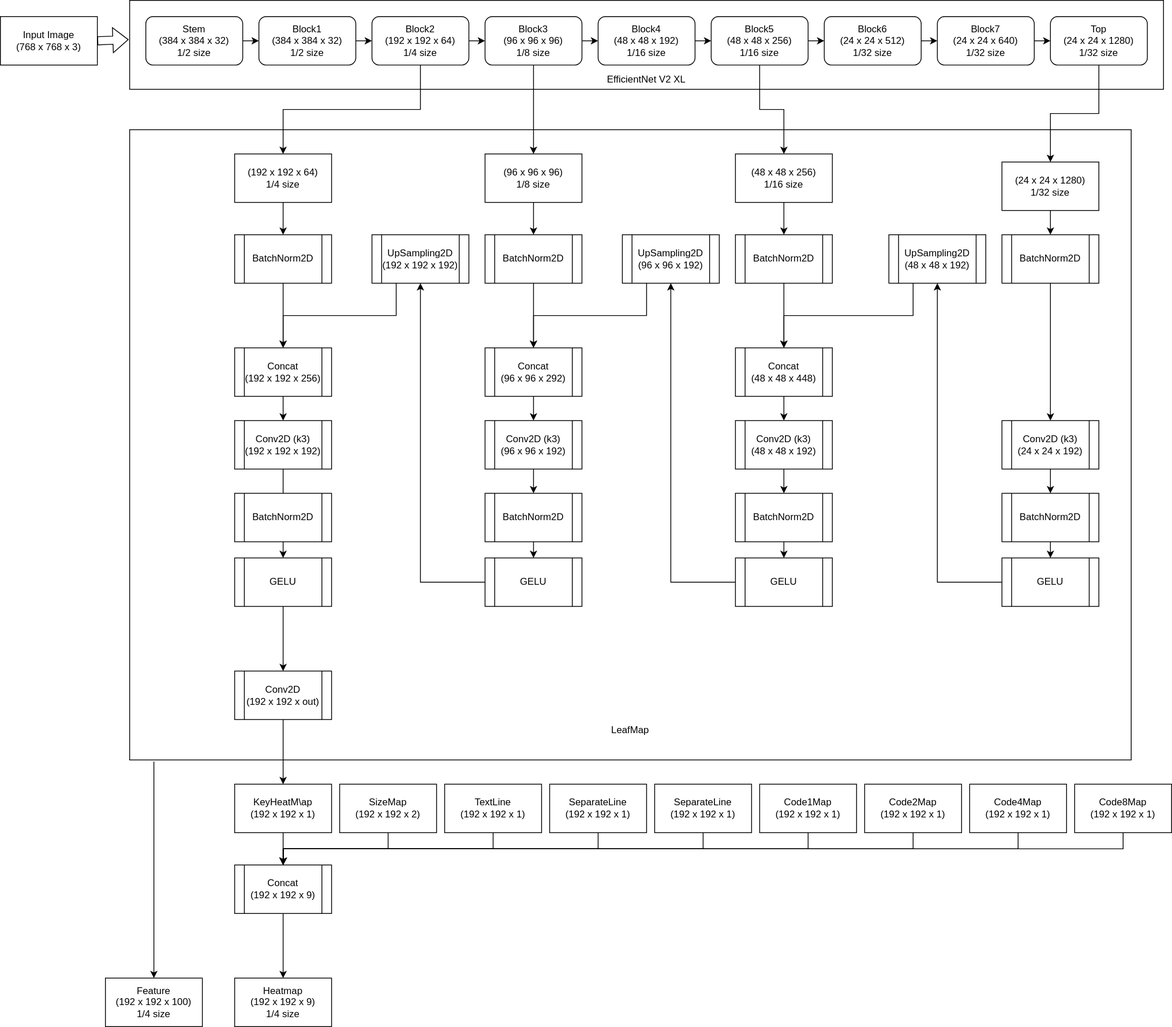
lithium0003/findtextCenterNet keeps this draw.io diagram as img/TextDetector.drawio.svg. Above is the earlier version. Source tidied: cells renumbered, new cells last; positions are measured from the earlier drawing's top-left corner, leaving out a move shared by most shapes.
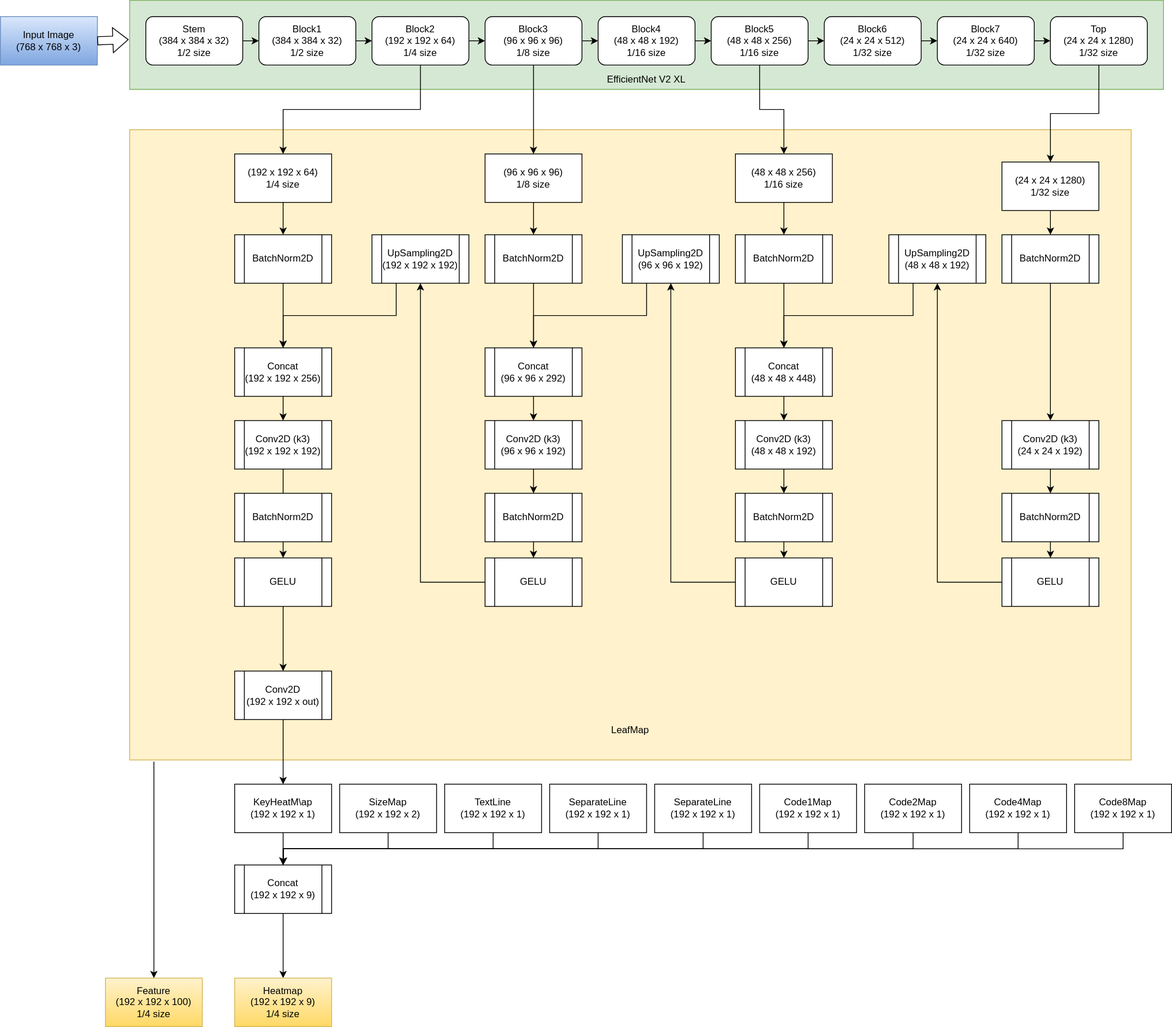
The same file after the commit.

Change to the diagram source:
```diff
@@ -2,13 +2,13 @@
   <root>
     <mxCell id="0" />
     <mxCell id="1" parent="0" />
-    <mxCell id="2" value="Input Image&lt;div&gt;(768 x 768 x 3)&lt;/div&gt;" style="rounded=0;whiteSpace=wrap;html=1;" parent="1" vertex="1">
+    <mxCell id="2" value="Input Image&lt;div&gt;(768 x 768 x 3)&lt;/div&gt;" style="rounded=0;whiteSpace=wrap;html=1;fillColor=#dae8fc;gradientColor=#7ea6e0;strokeColor=#6c8ebf;" parent="1" vertex="1">
       <mxGeometry y="20" width="120" height="60" as="geometry" />
     </mxCell>
-    <mxCell id="3" style="group;" parent="1" vertex="1">
+    <mxCell id="3" style="group;fillColor=#d5e8d4;strokeColor=#82b366;" parent="1" vertex="1">
       <mxGeometry x="160" width="1280" height="110" as="geometry" />
     </mxCell>
-    <mxCell id="4" value="&lt;div&gt;&lt;br&gt;&lt;/div&gt;&lt;div&gt;&lt;br&gt;&lt;/div&gt;&lt;div&gt;&lt;br&gt;&lt;/div&gt;&lt;div&gt;&lt;br&gt;&lt;/div&gt;&lt;div&gt;&lt;br&gt;&lt;/div&gt;&lt;div&gt;&lt;br&gt;&lt;/div&gt;&lt;div&gt;EfficientNet V2 XL&lt;/div&gt;" style="rounded=0;whiteSpace=wrap;html=1;" parent="3" vertex="1">
+    <mxCell id="4" value="&lt;div&gt;&lt;br&gt;&lt;/div&gt;&lt;div&gt;&lt;br&gt;&lt;/div&gt;&lt;div&gt;&lt;br&gt;&lt;/div&gt;&lt;div&gt;&lt;br&gt;&lt;/div&gt;&lt;div&gt;&lt;br&gt;&lt;/div&gt;&lt;div&gt;&lt;br&gt;&lt;/div&gt;&lt;div&gt;EfficientNet V2 XL&lt;/div&gt;" style="rounded=0;whiteSpace=wrap;html=1;fillColor=#d5e8d4;strokeColor=#82b366;" parent="3" vertex="1">
       <mxGeometry width="1280" height="110" as="geometry" />
     </mxCell>
     <mxCell id="5" value="Stem&lt;div&gt;(384 x 384 x 32)&lt;/div&gt;&lt;div&gt;1/2 size&lt;/div&gt;" style="rounded=1;whiteSpace=wrap;html=1;" parent="3" vertex="1">
@@ -65,10 +65,10 @@
     <mxCell id="22" style="shape=flexArrow;endArrow=classic;html=1;rounded=0;exitX=1;exitY=0.5;exitDx=0;exitDy=0;entryX=-0.001;entryY=0.441;entryDx=0;entryDy=0;entryPerimeter=0;" parent="1" edge="1" source="2" target="4">
       <mxGeometry relative="1" as="geometry" />
     </mxCell>
-    <mxCell id="23" style="group;" parent="1" vertex="1">
+    <mxCell id="23" style="group;fillColor=#fff2cc;strokeColor=#d6b656;" parent="1" vertex="1">
       <mxGeometry x="160" y="160" width="1240" height="780" as="geometry" />
     </mxCell>
-    <mxCell id="24" value="&lt;div&gt;&lt;br&gt;&lt;/div&gt;&lt;div&gt;&lt;br&gt;&lt;/div&gt;&lt;div&gt;&lt;br&gt;&lt;/div&gt;&lt;div&gt;&lt;br&gt;&lt;/div&gt;&lt;div&gt;&lt;br&gt;&lt;/div&gt;&lt;div&gt;&lt;br&gt;&lt;/div&gt;&lt;div&gt;&lt;br&gt;&lt;/div&gt;&lt;div&gt;&lt;br&gt;&lt;/div&gt;&lt;div&gt;&lt;br&gt;&lt;/div&gt;&lt;div&gt;&lt;br&gt;&lt;/div&gt;&lt;div&gt;&lt;br&gt;&lt;/div&gt;&lt;div&gt;&lt;br&gt;&lt;/div&gt;&lt;div&gt;&lt;br&gt;&lt;/div&gt;&lt;div&gt;&lt;br&gt;&lt;/div&gt;&lt;div&gt;&lt;br&gt;&lt;/div&gt;&lt;div&gt;&lt;br&gt;&lt;/div&gt;&lt;div&gt;&lt;br&gt;&lt;/div&gt;&lt;div&gt;&lt;br&gt;&lt;/div&gt;&lt;div&gt;&lt;br&gt;&lt;/div&gt;&lt;div&gt;&lt;br&gt;&lt;/div&gt;&lt;div&gt;&lt;br&gt;&lt;/div&gt;&lt;div&gt;&lt;br&gt;&lt;/div&gt;&lt;div&gt;&lt;br&gt;&lt;/div&gt;&lt;div&gt;&lt;br&gt;&lt;/div&gt;&lt;div&gt;&lt;br&gt;&lt;/div&gt;&lt;div&gt;&lt;br&gt;&lt;/div&gt;&lt;div&gt;&lt;br&gt;&lt;/div&gt;&lt;div&gt;&lt;br&gt;&lt;/div&gt;&lt;div&gt;&lt;br&gt;&lt;/div&gt;&lt;div&gt;&lt;br&gt;&lt;/div&gt;&lt;div&gt;&lt;br&gt;&lt;/div&gt;&lt;div&gt;&lt;br&gt;&lt;/div&gt;&lt;div&gt;&lt;br&gt;&lt;/div&gt;&lt;div&gt;&lt;br&gt;&lt;/div&gt;&lt;div&gt;&lt;br&gt;&lt;/div&gt;&lt;div&gt;&lt;br&gt;&lt;/div&gt;&lt;div&gt;&lt;br&gt;&lt;/div&gt;&lt;div&gt;&lt;br&gt;&lt;/div&gt;&lt;div&gt;&lt;br&gt;&lt;/div&gt;&lt;div&gt;&lt;br&gt;&lt;/div&gt;&lt;div&gt;&lt;br&gt;&lt;/div&gt;&lt;div&gt;&lt;br&gt;&lt;/div&gt;&lt;div&gt;&lt;br&gt;&lt;/div&gt;&lt;div&gt;&lt;br&gt;&lt;/div&gt;&lt;div&gt;&lt;br&gt;&lt;/div&gt;&lt;div&gt;&lt;br&gt;&lt;/div&gt;&lt;div&gt;&lt;br&gt;&lt;/div&gt;&lt;div&gt;&lt;br&gt;&lt;/div&gt;&lt;div&gt;&lt;br&gt;&lt;/div&gt;&lt;div&gt;LeafMap&lt;/div&gt;" style="rounded=0;whiteSpace=wrap;html=1;" parent="23" vertex="1">
+    <mxCell id="24" value="&lt;div&gt;&lt;br&gt;&lt;/div&gt;&lt;div&gt;&lt;br&gt;&lt;/div&gt;&lt;div&gt;&lt;br&gt;&lt;/div&gt;&lt;div&gt;&lt;br&gt;&lt;/div&gt;&lt;div&gt;&lt;br&gt;&lt;/div&gt;&lt;div&gt;&lt;br&gt;&lt;/div&gt;&lt;div&gt;&lt;br&gt;&lt;/div&gt;&lt;div&gt;&lt;br&gt;&lt;/div&gt;&lt;div&gt;&lt;br&gt;&lt;/div&gt;&lt;div&gt;&lt;br&gt;&lt;/div&gt;&lt;div&gt;&lt;br&gt;&lt;/div&gt;&lt;div&gt;&lt;br&gt;&lt;/div&gt;&lt;div&gt;&lt;br&gt;&lt;/div&gt;&lt;div&gt;&lt;br&gt;&lt;/div&gt;&lt;div&gt;&lt;br&gt;&lt;/div&gt;&lt;div&gt;&lt;br&gt;&lt;/div&gt;&lt;div&gt;&lt;br&gt;&lt;/div&gt;&lt;div&gt;&lt;br&gt;&lt;/div&gt;&lt;div&gt;&lt;br&gt;&lt;/div&gt;&lt;div&gt;&lt;br&gt;&lt;/div&gt;&lt;div&gt;&lt;br&gt;&lt;/div&gt;&lt;div&gt;&lt;br&gt;&lt;/div&gt;&lt;div&gt;&lt;br&gt;&lt;/div&gt;&lt;div&gt;&lt;br&gt;&lt;/div&gt;&lt;div&gt;&lt;br&gt;&lt;/div&gt;&lt;div&gt;&lt;br&gt;&lt;/div&gt;&lt;div&gt;&lt;br&gt;&lt;/div&gt;&lt;div&gt;&lt;br&gt;&lt;/div&gt;&lt;div&gt;&lt;br&gt;&lt;/div&gt;&lt;div&gt;&lt;br&gt;&lt;/div&gt;&lt;div&gt;&lt;br&gt;&lt;/div&gt;&lt;div&gt;&lt;br&gt;&lt;/div&gt;&lt;div&gt;&lt;br&gt;&lt;/div&gt;&lt;div&gt;&lt;br&gt;&lt;/div&gt;&lt;div&gt;&lt;br&gt;&lt;/div&gt;&lt;div&gt;&lt;br&gt;&lt;/div&gt;&lt;div&gt;&lt;br&gt;&lt;/div&gt;&lt;div&gt;&lt;br&gt;&lt;/div&gt;&lt;div&gt;&lt;br&gt;&lt;/div&gt;&lt;div&gt;&lt;br&gt;&lt;/div&gt;&lt;div&gt;&lt;br&gt;&lt;/div&gt;&lt;div&gt;&lt;br&gt;&lt;/div&gt;&lt;div&gt;&lt;br&gt;&lt;/div&gt;&lt;div&gt;&lt;br&gt;&lt;/div&gt;&lt;div&gt;&lt;br&gt;&lt;/div&gt;&lt;div&gt;&lt;br&gt;&lt;/div&gt;&lt;div&gt;&lt;br&gt;&lt;/div&gt;&lt;div&gt;&lt;br&gt;&lt;/div&gt;&lt;div&gt;&lt;br&gt;&lt;/div&gt;&lt;div&gt;LeafMap&lt;/div&gt;" style="rounded=0;whiteSpace=wrap;html=1;fillColor=#fff2cc;strokeColor=#d6b656;" parent="23" vertex="1">
       <mxGeometry width="1240" height="780" as="geometry" />
     </mxCell>
     <mxCell id="25" style="edgeStyle=orthogonalEdgeStyle;rounded=0;jettySize=auto;html=1;exitX=0.5;exitY=1;exitDx=0;exitDy=0;entryX=0.5;entryY=0;entryDx=0;entryDy=0;" parent="23" edge="1" source="26" target="34">
@@ -316,10 +316,10 @@
     <mxCell id="101" value="Concat&lt;div&gt;(192 x 192 x 9)&lt;/div&gt;" style="shape=process;whiteSpace=wrap;html=1;backgroundOutline=1;" parent="1" vertex="1">
       <mxGeometry x="290" y="1070" width="120" height="60" as="geometry" />
     </mxCell>
-    <mxCell id="102" value="Heatmap&lt;div&gt;(192 x 192 x 9)&lt;/div&gt;&lt;div&gt;1/4 size&lt;/div&gt;" style="whiteSpace=wrap;html=1;" parent="1" vertex="1">
+    <mxCell id="102" value="Heatmap&lt;div&gt;(192 x 192 x 9)&lt;/div&gt;&lt;div&gt;1/4 size&lt;/div&gt;" style="whiteSpace=wrap;html=1;fillColor=#fff2cc;gradientColor=#ffd966;strokeColor=#d6b656;" parent="1" vertex="1">
       <mxGeometry x="290" y="1210" width="120" height="60" as="geometry" />
     </mxCell>
-    <mxCell id="103" value="Feature&lt;div&gt;(192 x 192 x 100)&lt;/div&gt;&lt;div&gt;1/4 size&lt;/div&gt;" style="rounded=0;whiteSpace=wrap;html=1;" parent="1" vertex="1">
+    <mxCell id="103" value="Feature&lt;div&gt;(192 x 192 x 100)&lt;/div&gt;&lt;div&gt;1/4 size&lt;/div&gt;" style="rounded=0;whiteSpace=wrap;html=1;fillColor=#fff2cc;gradientColor=#ffd966;strokeColor=#d6b656;" parent="1" vertex="1">
       <mxGeometry x="130" y="1210" width="120" height="60" as="geometry" />
     </mxCell>
     <mxCell id="104" style="endArrow=classic;html=1;rounded=0;entryX=0.5;entryY=0;entryDx=0;entryDy=0;" parent="1" edge="1" target="103">
```
